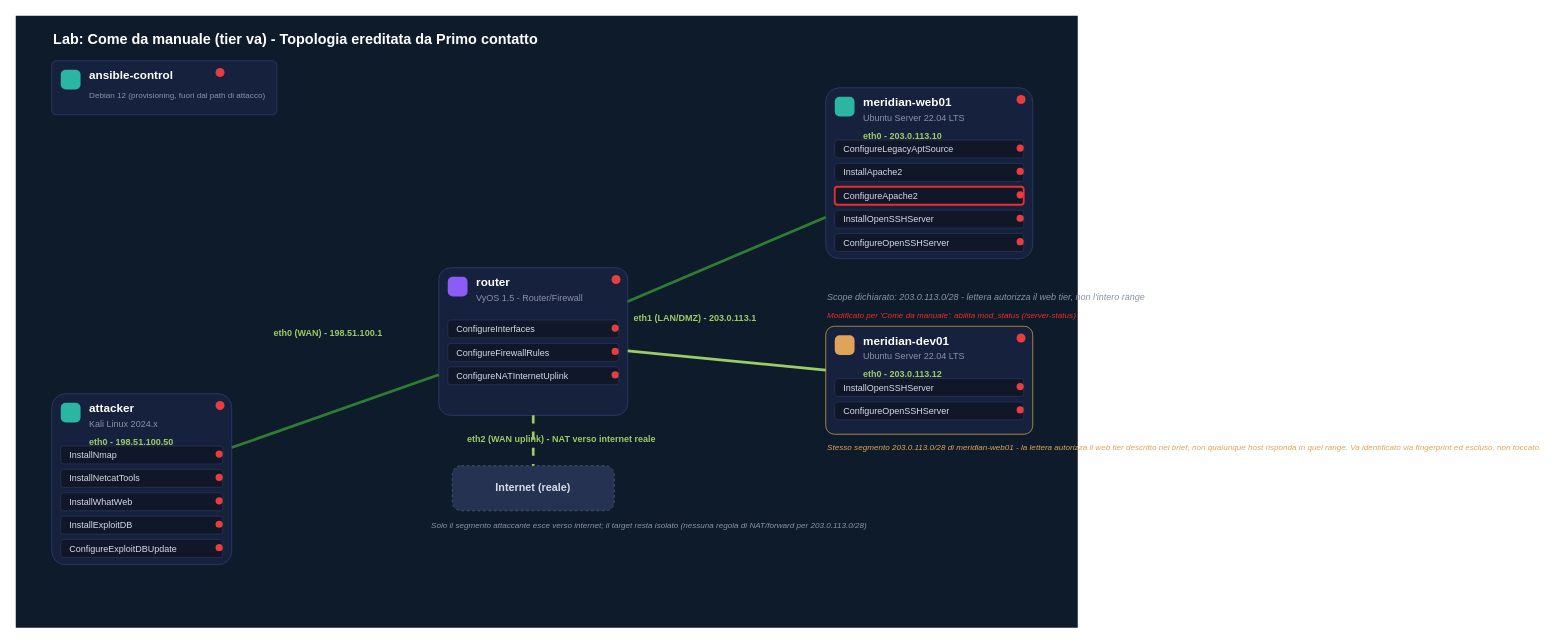
This is docs/labs/by-the-book/by-the-book-topology.drawio from leoleo1010/CPPT, a draw.io file, before an edit. Source tidied: cells renumbered, new cells numbered last; positions are measured from the earlier drawing's top-left corner, leaving out a move shared by most shapes. Both pictures are drawn from the tidied source at 90%, with x=0, y=0 at pixel (15, 15).
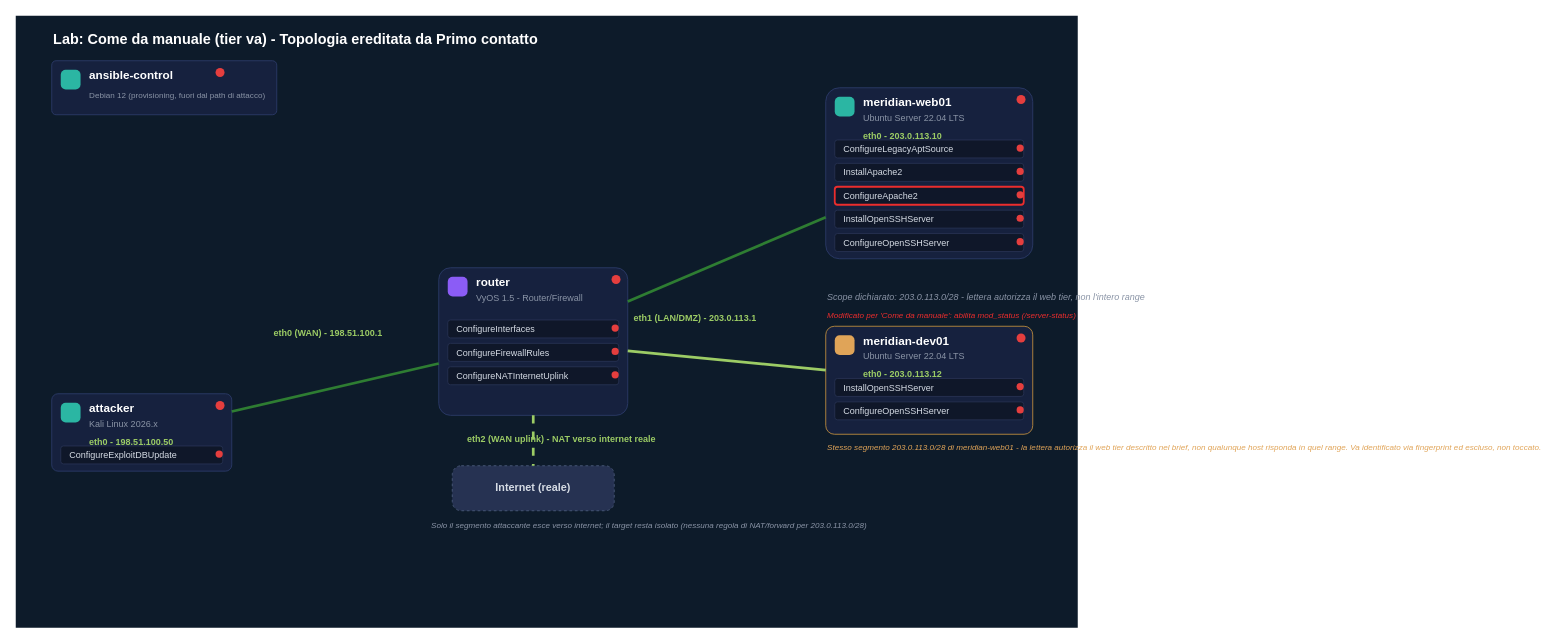
The same diagram, later.

Change to the diagram source:
```diff
@@
     <mxCell id="9" style="rounded=1;arcSize=8;whiteSpace=wrap;html=1;fillColor=#16213E;strokeColor=#2B3A67;" parent="1" vertex="1">
-      <mxGeometry x="40" y="420" width="200" height="190" as="geometry" />
+      <mxGeometry x="40" y="420" width="200" height="86" as="geometry" />
     </mxCell>
@@
-    <mxCell id="13" value="Kali Linux 2024.x" style="text;html=1;fontSize=10;fontColor=#8A94A6;align=left;verticalAlign=middle;" parent="1" vertex="1">
+    <mxCell id="13" value="Kali Linux 2026.x" style="text;html=1;fontSize=10;fontColor=#8A94A6;align=left;verticalAlign=middle;" parent="1" vertex="1">
       <mxGeometry x="80" y="446" width="150" height="14" as="geometry" />
     </mxCell>
-    <mxCell id="14" value="InstallNmap" style="rounded=1;arcSize=15;whiteSpace=wrap;html=1;fillColor=#0F1729;strokeColor=#263252;fontColor=#D6DCE5;fontSize=10;align=left;spacingLeft=8;" parent="1" vertex="1">
-      <mxGeometry x="50" y="478" width="180" height="20" as="geometry" />
-    </mxCell>
-    <mxCell id="15" style="ellipse;whiteSpace=wrap;html=1;fillColor=#E53E3E;strokeColor=none;" parent="1" vertex="1">
-      <mxGeometry x="222" y="483" width="8" height="8" as="geometry" />
-    </mxCell>
-    <mxCell id="16" value="InstallNetcatTools" style="rounded=1;arcSize=15;whiteSpace=wrap;html=1;fillColor=#0F1729;strokeColor=#263252;fontColor=#D6DCE5;fontSize=10;align=left;spacingLeft=8;" parent="1" vertex="1">
-      <mxGeometry x="50" y="504" width="180" height="20" as="geometry" />
-    </mxCell>
-    <mxCell id="17" style="ellipse;whiteSpace=wrap;html=1;fillColor=#E53E3E;strokeColor=none;" parent="1" vertex="1">
-      <mxGeometry x="222" y="509" width="8" height="8" as="geometry" />
-    </mxCell>
-    <mxCell id="18" value="InstallWhatWeb" style="rounded=1;arcSize=15;whiteSpace=wrap;html=1;fillColor=#0F1729;strokeColor=#263252;fontColor=#D6DCE5;fontSize=10;align=left;spacingLeft=8;" parent="1" vertex="1">
-      <mxGeometry x="50" y="530" width="180" height="20" as="geometry" />
-    </mxCell>
-    <mxCell id="19" style="ellipse;whiteSpace=wrap;html=1;fillColor=#E53E3E;strokeColor=none;" parent="1" vertex="1">
-      <mxGeometry x="222" y="535" width="8" height="8" as="geometry" />
-    </mxCell>
-    <mxCell id="20" value="InstallExploitDB" style="rounded=1;arcSize=15;whiteSpace=wrap;html=1;fillColor=#0F1729;strokeColor=#263252;fontColor=#D6DCE5;fontSize=10;align=left;spacingLeft=8;" parent="1" vertex="1">
-      <mxGeometry x="50" y="556" width="180" height="20" as="geometry" />
-    </mxCell>
-    <mxCell id="21" style="ellipse;whiteSpace=wrap;html=1;fillColor=#E53E3E;strokeColor=none;" parent="1" vertex="1">
-      <mxGeometry x="222" y="561" width="8" height="8" as="geometry" />
-    </mxCell>
     <mxCell id="22" value="ConfigureExploitDBUpdate" style="rounded=1;arcSize=15;whiteSpace=wrap;html=1;fillColor=#0F1729;strokeColor=#263252;fontColor=#D6DCE5;fontSize=10;align=left;spacingLeft=8;" parent="1" vertex="1">
-      <mxGeometry x="50" y="582" width="180" height="20" as="geometry" />
+      <mxGeometry x="50" y="478" width="180" height="20" as="geometry" />
     </mxCell>
     <mxCell id="23" style="ellipse;whiteSpace=wrap;html=1;fillColor=#E53E3E;strokeColor=none;" parent="1" vertex="1">
-      <mxGeometry x="222" y="587" width="8" height="8" as="geometry" />
+      <mxGeometry x="222" y="483" width="8" height="8" as="geometry" />
     </mxCell>
```
